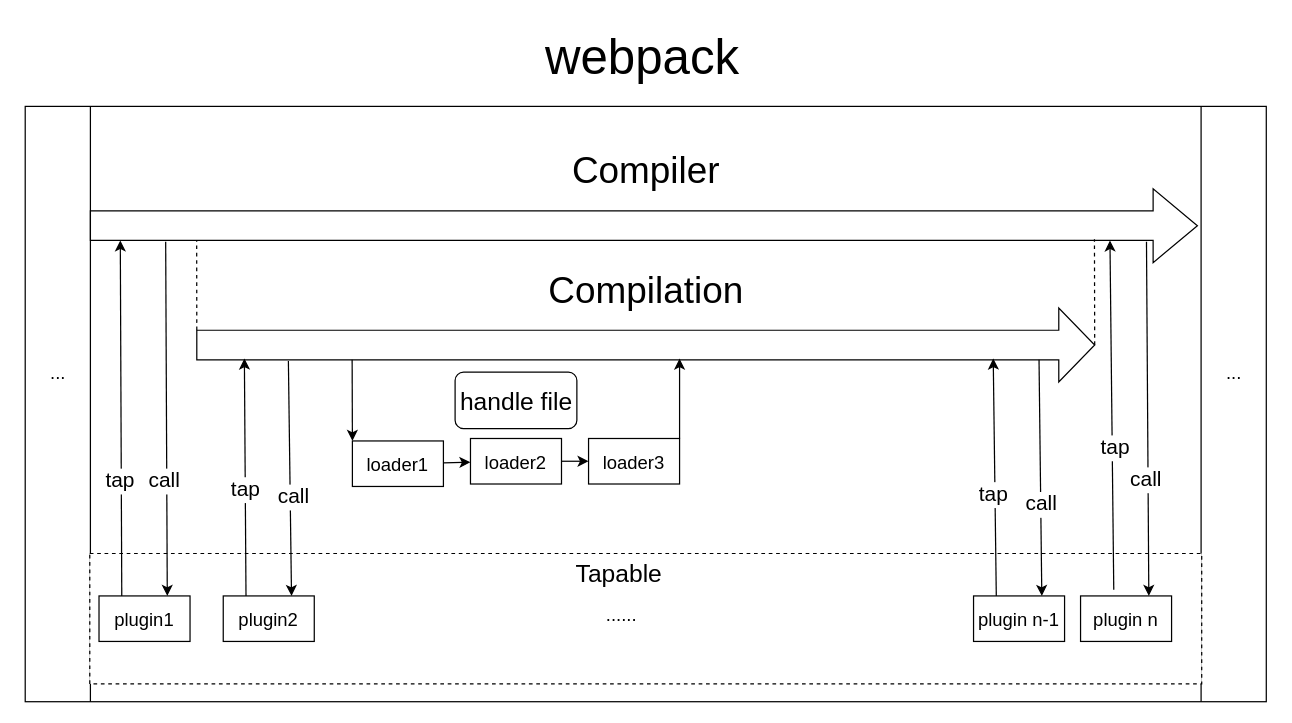
The draw.io diagram page "role" (1 of 4) of workflow.drawio in HugoJuntaoChen/webpack5, before the edit. Source tidied: cells renumbered, new cells numbered last; positions are measured from the earlier drawing's top-left corner, leaving out a move shared by most shapes. Both pictures are drawn from the tidied source at 123%, with x=0, y=0 at pixel (21, 21).
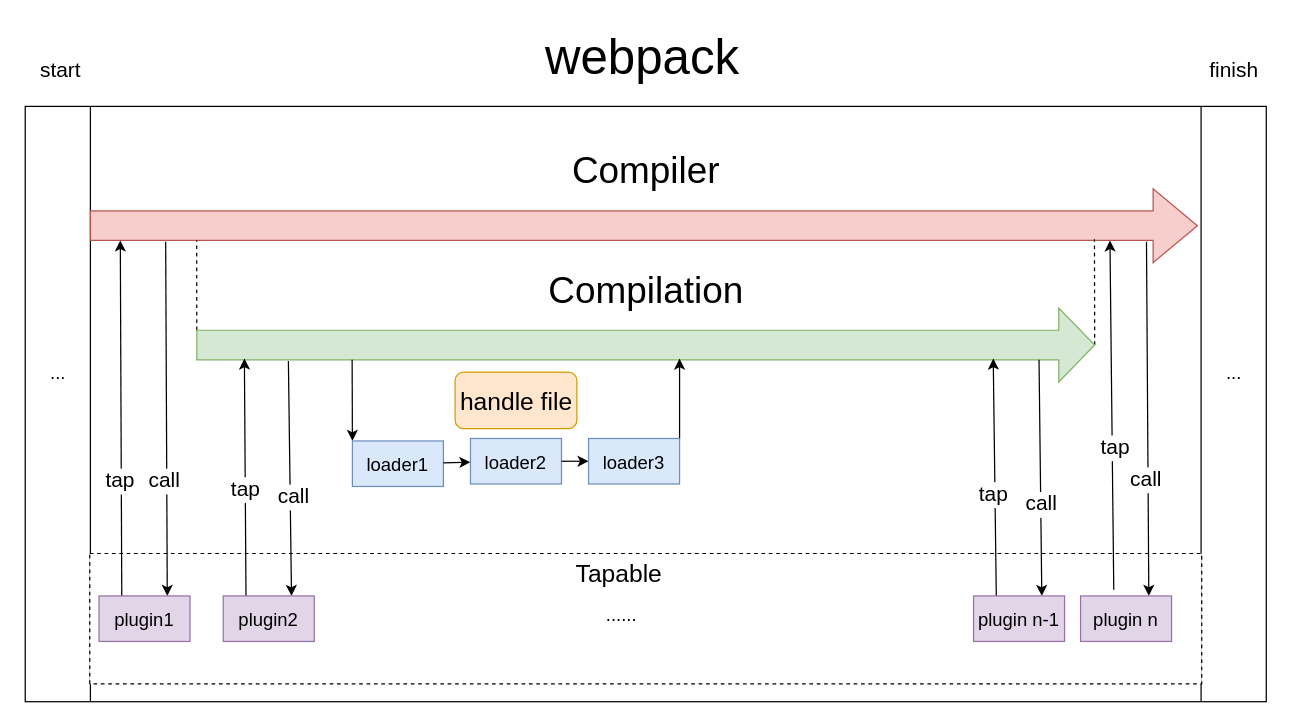
After the change.

The edit, as a diff of the source:
```diff
@@
-    <mxCell id="7" style="shape=singleArrow;whiteSpace=wrap;html=1;fontSize=30;arrowWidth=0.4;arrowSize=0.04;" parent="1" vertex="1">
+    <mxCell id="7" style="shape=singleArrow;whiteSpace=wrap;html=1;fontSize=30;arrowWidth=0.4;arrowSize=0.04;fillColor=#f8cecc;strokeColor=#b85450;" parent="1" vertex="1">
       <mxGeometry x="56" y="136" width="900" height="60" as="geometry" />
     </mxCell>
@@
-    <mxCell id="10" style="shape=singleArrow;whiteSpace=wrap;html=1;fontSize=30;arrowWidth=0.4;arrowSize=0.04;" parent="1" vertex="1">
+    <mxCell id="10" style="shape=singleArrow;whiteSpace=wrap;html=1;fontSize=30;arrowWidth=0.4;arrowSize=0.04;fillColor=#d5e8d4;strokeColor=#82b366;" parent="1" vertex="1">
       <mxGeometry x="142.5" y="233" width="730" height="60" as="geometry" />
     </mxCell>
@@
-    <mxCell id="13" value="loader1" style="rounded=0;whiteSpace=wrap;html=1;fontSize=15;" parent="1" vertex="1">
+    <mxCell id="13" value="loader1" style="rounded=0;whiteSpace=wrap;html=1;fontSize=15;fillColor=#dae8fc;strokeColor=#6c8ebf;" parent="1" vertex="1">
       <mxGeometry x="269" y="341" width="74" height="37" as="geometry" />
     </mxCell>
@@
-    <mxCell id="15" value="loader2" style="rounded=0;whiteSpace=wrap;html=1;fontSize=15;" parent="1" vertex="1">
+    <mxCell id="15" value="loader2" style="rounded=0;whiteSpace=wrap;html=1;fontSize=15;fillColor=#dae8fc;strokeColor=#6c8ebf;" parent="1" vertex="1">
       <mxGeometry x="365" y="339" width="74" height="37" as="geometry" />
     </mxCell>
@@
-    <mxCell id="18" value="loader3" style="rounded=0;whiteSpace=wrap;html=1;fontSize=15;" parent="1" vertex="1">
+    <mxCell id="18" value="loader3" style="rounded=0;whiteSpace=wrap;html=1;fontSize=15;fillColor=#dae8fc;strokeColor=#6c8ebf;" parent="1" vertex="1">
       <mxGeometry x="461" y="339" width="74" height="37" as="geometry" />
     </mxCell>
@@
-    <mxCell id="36" value="handle file" style="rounded=1;whiteSpace=wrap;html=1;fontSize=20;" parent="1" vertex="1">
+    <mxCell id="36" value="handle file" style="rounded=1;whiteSpace=wrap;html=1;fontSize=20;fillColor=#ffe6cc;strokeColor=#d79b00;" parent="1" vertex="1">
       <mxGeometry x="352.5" y="285" width="99" height="46" as="geometry" />
     </mxCell>
-    <mxCell id="37" value="plugin1" style="rounded=0;whiteSpace=wrap;html=1;fontSize=15;" parent="1" vertex="1">
+    <mxCell id="37" value="plugin1" style="rounded=0;whiteSpace=wrap;html=1;fontSize=15;fillColor=#e1d5e7;strokeColor=#9673a6;" parent="1" vertex="1">
       <mxGeometry x="63" y="467" width="74" height="37" as="geometry" />
     </mxCell>
-    <mxCell id="38" value="plugin2" style="rounded=0;whiteSpace=wrap;html=1;fontSize=15;" parent="1" vertex="1">
+    <mxCell id="38" value="plugin2" style="rounded=0;whiteSpace=wrap;html=1;fontSize=15;fillColor=#e1d5e7;strokeColor=#9673a6;" parent="1" vertex="1">
       <mxGeometry x="164" y="467" width="74" height="37" as="geometry" />
     </mxCell>
-    <mxCell id="39" value="plugin n-1" style="rounded=0;whiteSpace=wrap;html=1;fontSize=15;" parent="1" vertex="1">
+    <mxCell id="39" value="plugin n-1" style="rounded=0;whiteSpace=wrap;html=1;fontSize=15;fillColor=#e1d5e7;strokeColor=#9673a6;" parent="1" vertex="1">
       <mxGeometry x="774" y="467" width="74" height="37" as="geometry" />
     </mxCell>
-    <mxCell id="40" value="plugin n" style="rounded=0;whiteSpace=wrap;html=1;fontSize=15;" parent="1" vertex="1">
+    <mxCell id="40" value="plugin n" style="rounded=0;whiteSpace=wrap;html=1;fontSize=15;fillColor=#e1d5e7;strokeColor=#9673a6;" parent="1" vertex="1">
       <mxGeometry x="861" y="467" width="74" height="37" as="geometry" />
     </mxCell>
@@
+    <mxCell id="43" value="start" style="text;html=1;strokeColor=none;fillColor=none;align=center;verticalAlign=middle;whiteSpace=wrap;rounded=0;fontFamily=Helvetica;fontSize=17;fontColor=default;" parent="1" vertex="1">
+      <mxGeometry x="2" y="26" width="60" height="30" as="geometry" />
+    </mxCell>
+    <mxCell id="44" value="finish" style="text;html=1;strokeColor=none;fillColor=none;align=center;verticalAlign=middle;whiteSpace=wrap;rounded=0;fontFamily=Helvetica;fontSize=17;fontColor=default;" parent="1" vertex="1">
+      <mxGeometry x="956" y="26" width="60" height="30" as="geometry" />
+    </mxCell>
```
